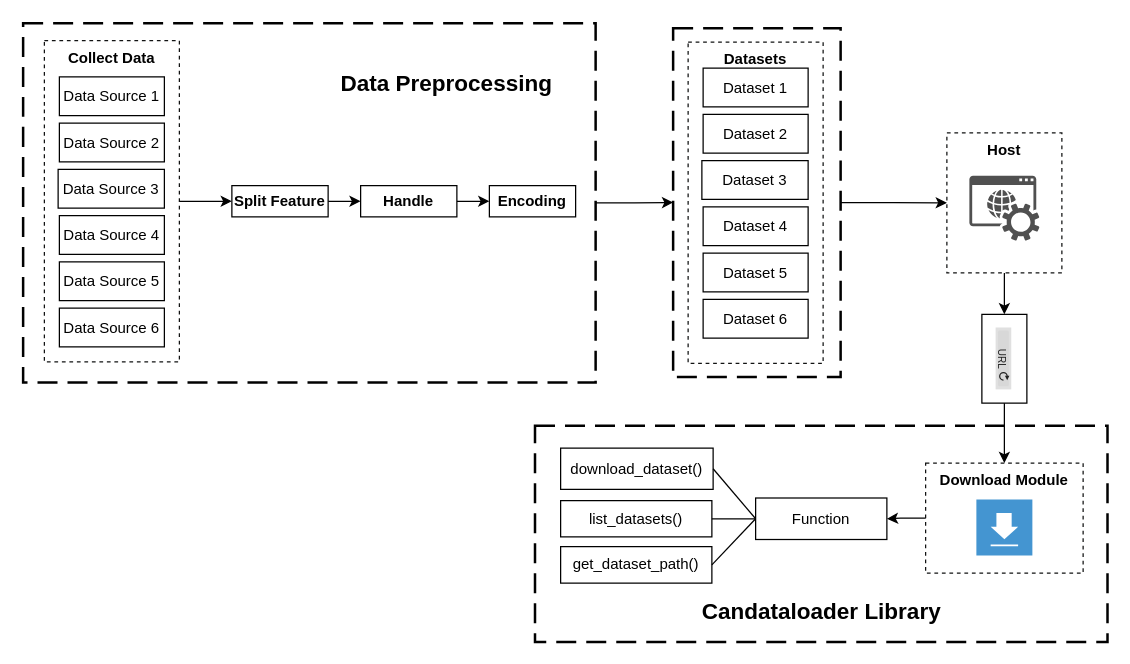
The draw.io diagram Candataloader.drawio in phongle18/Candataloader, before the edit. Source tidied: cells renumbered, new cells numbered last; positions are measured from the earlier drawing's top-left corner, leaving out a move shared by most shapes. Both pictures are drawn from the tidied source at 125%, with x=0, y=0 at pixel (22, 22).
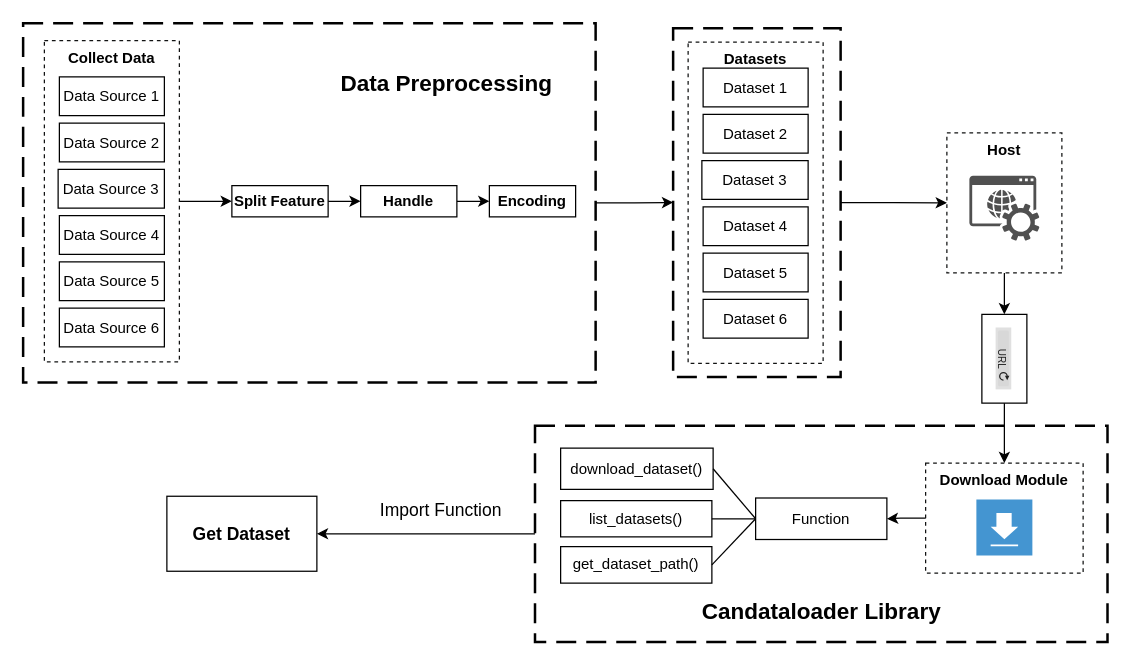
The same diagram, later.

Unchanged cells that the change refers to:
```xml
<mxCell id="43" style="rounded=1;arcSize=0;dashed=1;strokeColor=#000000;fillColor=none;gradientColor=none;dashPattern=8 4;strokeWidth=2;fontColor=#000000;" parent="1" vertex="1">
  <mxGeometry x="409.5" y="322" width="458" height="173" as="geometry" />
</mxCell>
```

What changed in the source:
```diff
@@
+    <mxCell id="45" style="edgeStyle=orthogonalEdgeStyle;rounded=0;jettySize=auto;html=1;" parent="1" edge="1" source="43" target="46">
+      <mxGeometry relative="1" as="geometry" />
+    </mxCell>
@@
+    <mxCell id="46" value="&lt;b&gt;&lt;font style=&quot;font-size: 14px;&quot;&gt;Get Dataset&lt;/font&gt;&lt;/b&gt;" style="rounded=0;whiteSpace=wrap;html=1;" parent="1" vertex="1">
+      <mxGeometry x="115" y="378.5" width="120" height="60" as="geometry" />
+    </mxCell>
+    <mxCell id="47" value="&lt;font style=&quot;font-size: 14px;&quot;&gt;Import Function&lt;/font&gt;" style="text;html=1;strokeColor=none;fillColor=none;align=center;verticalAlign=middle;whiteSpace=wrap;rounded=0;" parent="1" vertex="1">
+      <mxGeometry x="275" y="375" width="119" height="30" as="geometry" />
+    </mxCell>
```
